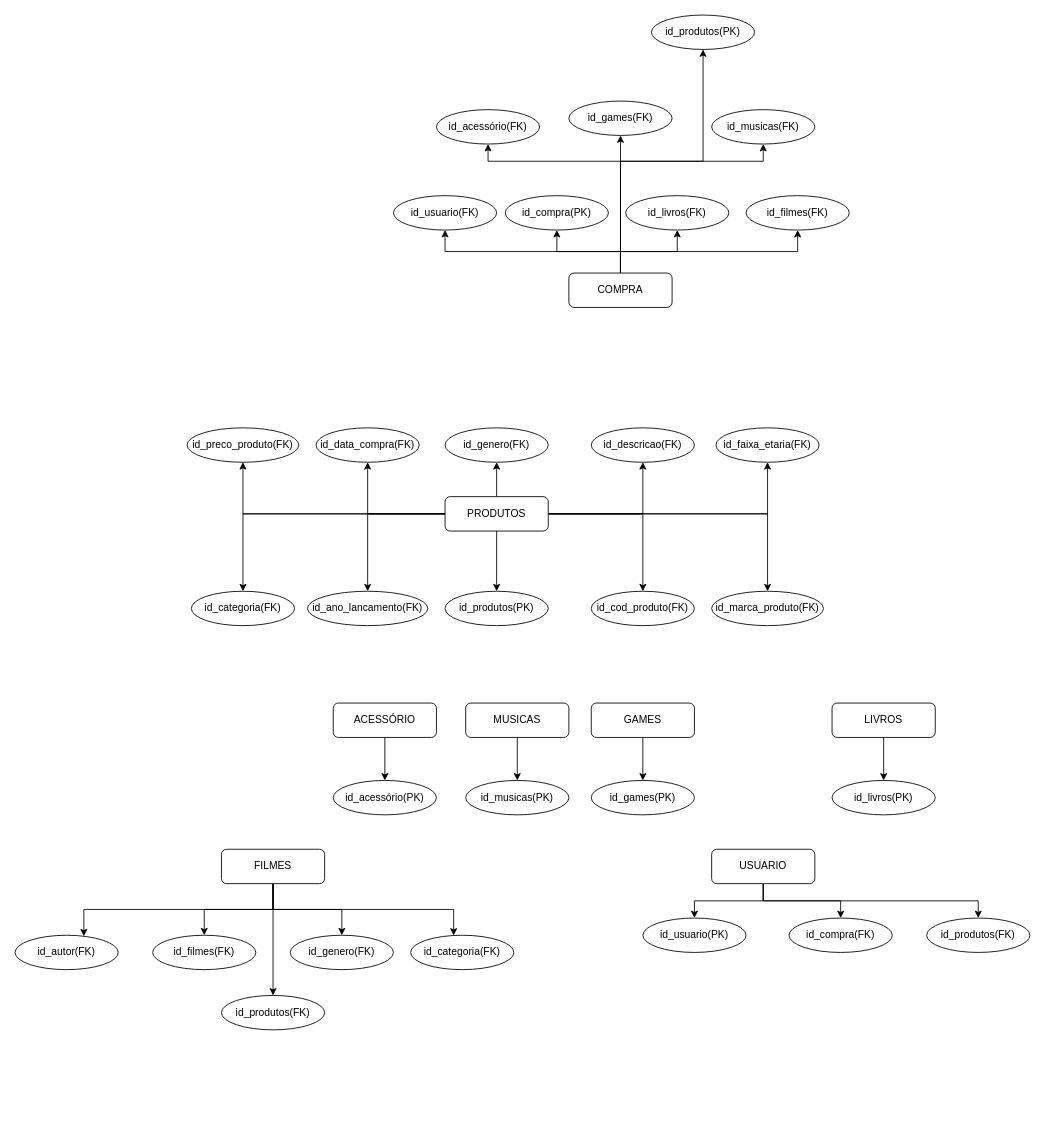
Earlier version of the draw.io diagram LOJA.drawio (camilamelos/tiroAoAlvo). Source tidied: cells renumbered, new cells numbered last; positions are measured from the earlier drawing's top-left corner, leaving out a move shared by most shapes. Both pictures are drawn from the tidied source at 86%, with x=0, y=0 at pixel (15, 15).
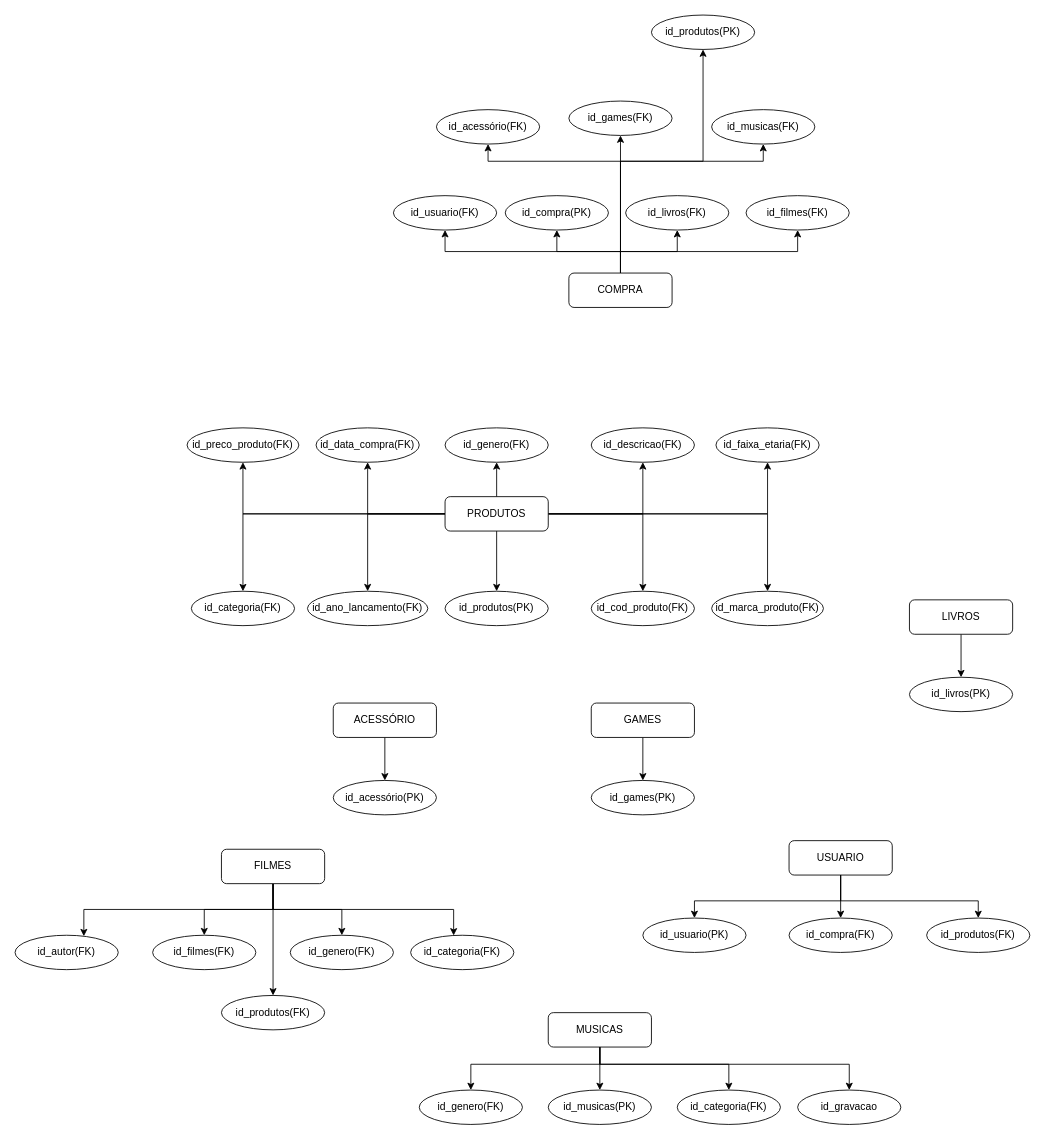
The same diagram, later.

Unchanged cells that the change refers to:
```xml
<mxCell id="43" value="id_usuario(PK)" style="ellipse;whiteSpace=wrap;html=1;" parent="1" vertex="1">
  <mxGeometry x="730" y="1050" width="120" height="40" as="geometry" />
</mxCell>
<mxCell id="69" value="id_produtos(FK)" style="ellipse;whiteSpace=wrap;html=1;" parent="1" vertex="1">
  <mxGeometry x="1060" y="1050" width="120" height="40" as="geometry" />
</mxCell>
```

Change to the diagram source:
```diff
@@
     <mxCell id="11" value="LIVROS" style="rounded=1;whiteSpace=wrap;html=1;" parent="1" vertex="1">
-      <mxGeometry x="950" y="800" width="120" height="40" as="geometry" />
+      <mxGeometry x="1040" y="680" width="120" height="40" as="geometry" />
     </mxCell>
@@
+    <mxCell id="70" style="edgeStyle=orthogonalEdgeStyle;rounded=0;jettySize=auto;html=1;" parent="1" edge="1" source="13" target="73">
+      <mxGeometry relative="1" as="geometry">
+        <Array as="points">
+          <mxPoint x="680" y="1220" />
+          <mxPoint x="530" y="1220" />
+        </Array>
+      </mxGeometry>
+    </mxCell>
+    <mxCell id="71" style="edgeStyle=orthogonalEdgeStyle;rounded=0;jettySize=auto;html=1;" parent="1" edge="1" source="13" target="74">
+      <mxGeometry relative="1" as="geometry">
+        <Array as="points">
+          <mxPoint x="680" y="1220" />
+          <mxPoint x="830" y="1220" />
+        </Array>
+      </mxGeometry>
+    </mxCell>
+    <mxCell id="72" style="edgeStyle=orthogonalEdgeStyle;rounded=0;jettySize=auto;html=1;" parent="1" edge="1" source="13" target="75">
+      <mxGeometry relative="1" as="geometry">
+        <Array as="points">
+          <mxPoint x="680" y="1220" />
+          <mxPoint x="970" y="1220" />
+        </Array>
+      </mxGeometry>
+    </mxCell>
     <mxCell id="13" value="MUSICAS" style="rounded=1;whiteSpace=wrap;html=1;" parent="1" vertex="1">
-      <mxGeometry x="524" y="800" width="120" height="40" as="geometry" />
+      <mxGeometry x="620" y="1160" width="120" height="40" as="geometry" />
     </mxCell>
@@
-    <mxCell id="25" style="edgeStyle=orthogonalEdgeStyle;rounded=0;jettySize=auto;html=1;" parent="1" edge="1" source="28" target="43">
-      <mxGeometry relative="1" as="geometry" />
+    <mxCell id="25" style="edgeStyle=orthogonalEdgeStyle;rounded=0;jettySize=auto;html=1;exitX=0.5;exitY=1;exitDx=0;exitDy=0;" parent="1" edge="1" source="28" target="43">
+      <mxGeometry relative="1" as="geometry">
+        <Array as="points">
+          <mxPoint x="960" y="1030" />
+          <mxPoint x="790" y="1030" />
+        </Array>
+      </mxGeometry>
     </mxCell>
@@
-    <mxCell id="27" style="edgeStyle=orthogonalEdgeStyle;rounded=0;jettySize=auto;html=1;entryX=0.5;entryY=0;entryDx=0;entryDy=0;" parent="1" edge="1" source="28" target="69">
+    <mxCell id="27" style="edgeStyle=orthogonalEdgeStyle;rounded=0;jettySize=auto;html=1;entryX=0.5;entryY=0;entryDx=0;entryDy=0;exitX=0.5;exitY=1;exitDx=0;exitDy=0;" parent="1" edge="1" source="28" target="69">
       <mxGeometry relative="1" as="geometry">
         <Array as="points">
-          <mxPoint x="870" y="1030" />
+          <mxPoint x="960" y="1030" />
           <mxPoint x="1120" y="1030" />
         </Array>
       </mxGeometry>
     </mxCell>
     <mxCell id="28" value="USUARIO" style="rounded=1;whiteSpace=wrap;html=1;" parent="1" vertex="1">
-      <mxGeometry x="810" y="970" width="120" height="40" as="geometry" />
+      <mxGeometry x="900" y="960" width="120" height="40" as="geometry" />
     </mxCell>
@@
     <mxCell id="40" value="id_musicas(PK)" style="ellipse;whiteSpace=wrap;html=1;" parent="1" vertex="1">
-      <mxGeometry x="524" y="890" width="120" height="40" as="geometry" />
+      <mxGeometry x="620" y="1250" width="120" height="40" as="geometry" />
     </mxCell>
@@
     <mxCell id="42" value="id_livros(PK)" style="ellipse;whiteSpace=wrap;html=1;" parent="1" vertex="1">
-      <mxGeometry x="950" y="890" width="120" height="40" as="geometry" />
+      <mxGeometry x="1040" y="770" width="120" height="40" as="geometry" />
     </mxCell>
@@
+    <mxCell id="73" value="id_genero(FK)" style="ellipse;whiteSpace=wrap;html=1;" parent="1" vertex="1">
+      <mxGeometry x="470" y="1250" width="120" height="40" as="geometry" />
+    </mxCell>
+    <mxCell id="74" value="id_categoria(FK)" style="ellipse;whiteSpace=wrap;html=1;" parent="1" vertex="1">
+      <mxGeometry x="770" y="1250" width="120" height="40" as="geometry" />
+    </mxCell>
+    <mxCell id="75" value="id_gravacao" style="ellipse;whiteSpace=wrap;html=1;" parent="1" vertex="1">
+      <mxGeometry x="910" y="1250" width="120" height="40" as="geometry" />
+    </mxCell>
```
